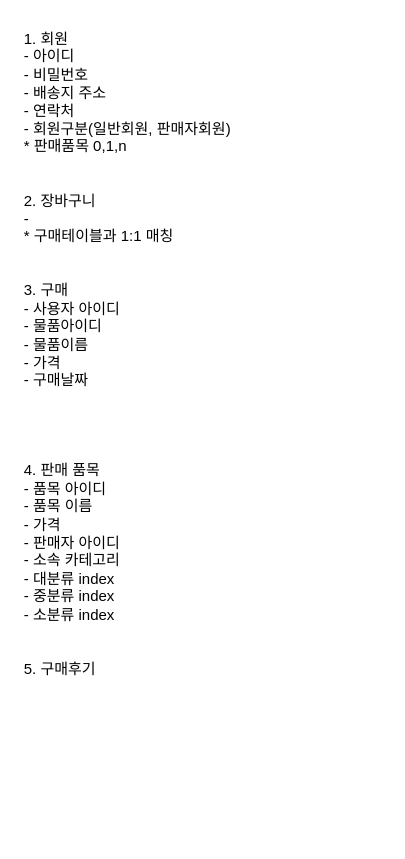
Before: page "exERD" (3 of 3) of Untitled Diagram.drawio in oss0202/erwin, a draw.io diagram. Source tidied: cells renumbered, new cells numbered last; positions are measured from the earlier drawing's top-left corner, leaving out a move shared by most shapes. Both pictures are drawn from the tidied source at 125%, with x=0, y=0 at pixel (21, 21).
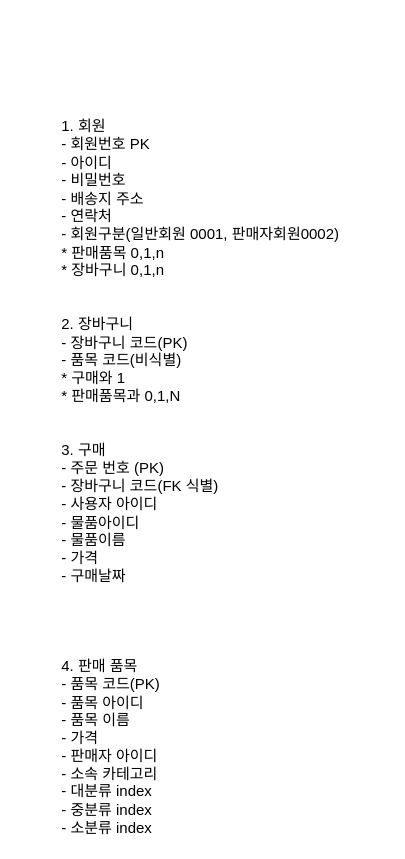
The same page after the edit.

Change to the diagram source:
```diff
@@
 <mxGraphModel>
   <root>
     <mxCell id="0" />
     <mxCell id="1" parent="0" />
-    <mxCell id="2" value="1. 회원&#10;- 아이디&#10;- 비밀번호&#10;- 배송지 주소&#10;- 연락처 &#10;- 회원구분(일반회원, 판매자회원)&#10;* 판매품목 0,1,n&#10;&#10;&#10;2. 장바구니&#10;- &#10;* 구매테이블과 1:1 매칭&#10;&#10;&#10;3. 구매&#10;- 사용자 아이디&#10;- 물품아이디&#10;- 물품이름&#10;- 가격&#10;- 구매날짜&#10;&#10;&#10;&#10;&#10;4. 판매 품목&#10;- 품목 아이디&#10;- 품목 이름&#10;- 가격&#10;- 판매자 아이디&#10;- 소속 카테고리&#10;- 대분류 index&#10;- 중분류 index&#10;- 소분류 index&#10;&#10;&#10;5. 구매후기" style="text;whiteSpace=wrap;html=1;" parent="1" vertex="1">
-      <mxGeometry width="200" height="520" as="geometry" />
-    </mxCell>
+    <mxCell id="3" value="1. 회원&#10;- 회원번호 PK&#10;- 아이디&#10;- 비밀번호&#10;- 배송지 주소&#10;- 연락처 &#10;- 회원구분(일반회원 0001, 판매자회원0002)&#10;* 판매품목 0,1,n&#10;* 장바구니 0,1,n&#10;&#10;&#10;2. 장바구니&#10;- 장바구니 코드(PK)&#10;- 품목 코드(비식별)&#10;* 구매와 1&#10;* 판매품목과 0,1,N&#10;&#10;&#10;3. 구매&#10;- 주문 번호 (PK)&#10;- 장바구니 코드(FK 식별)&#10;- 사용자 아이디&#10;- 물품아이디&#10;- 물품이름&#10;- 가격&#10;- 구매날짜&#10;&#10;&#10;&#10;&#10;4. 판매 품목&#10;- 품목 코드(PK)&#10;- 품목 아이디&#10;- 품목 이름&#10;- 가격&#10;- 판매자 아이디&#10;- 소속 카테고리&#10;- 대분류 index&#10;- 중분류 index&#10;- 소분류 index" style="text;whiteSpace=wrap;html=1;" parent="1" vertex="1">
+      <mxGeometry x="30" y="70" width="260" height="580" as="geometry" />
+    </mxCell>
   </root>
 </mxGraphModel>
```
